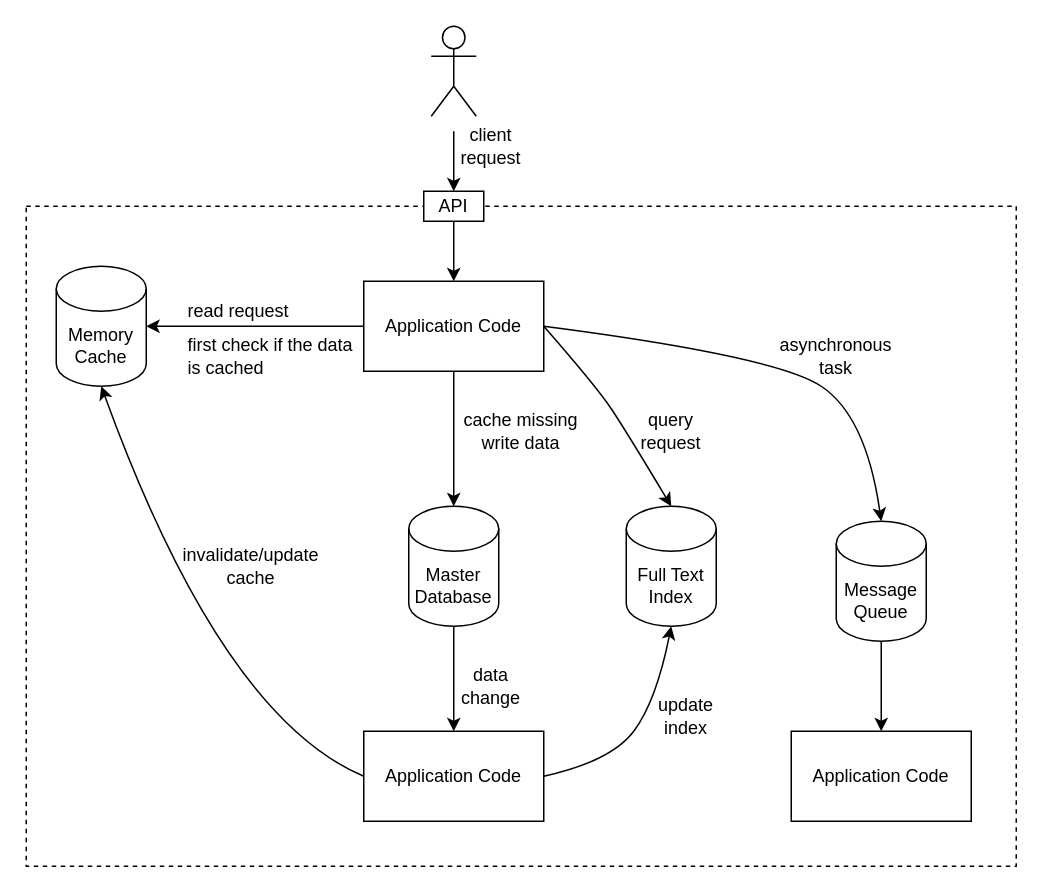
The draw.io diagram page "data_system_arch" (1 of 2) of docs/images/ddia.drawio in yuuyuee/yuuyuee.github.io, before the edit. Source tidied: cells renumbered, new cells numbered last; positions are measured from the earlier drawing's top-left corner, leaving out a move shared by most shapes. Both pictures are drawn from the tidied source at 150%, with x=0, y=0 at pixel (26, 26).
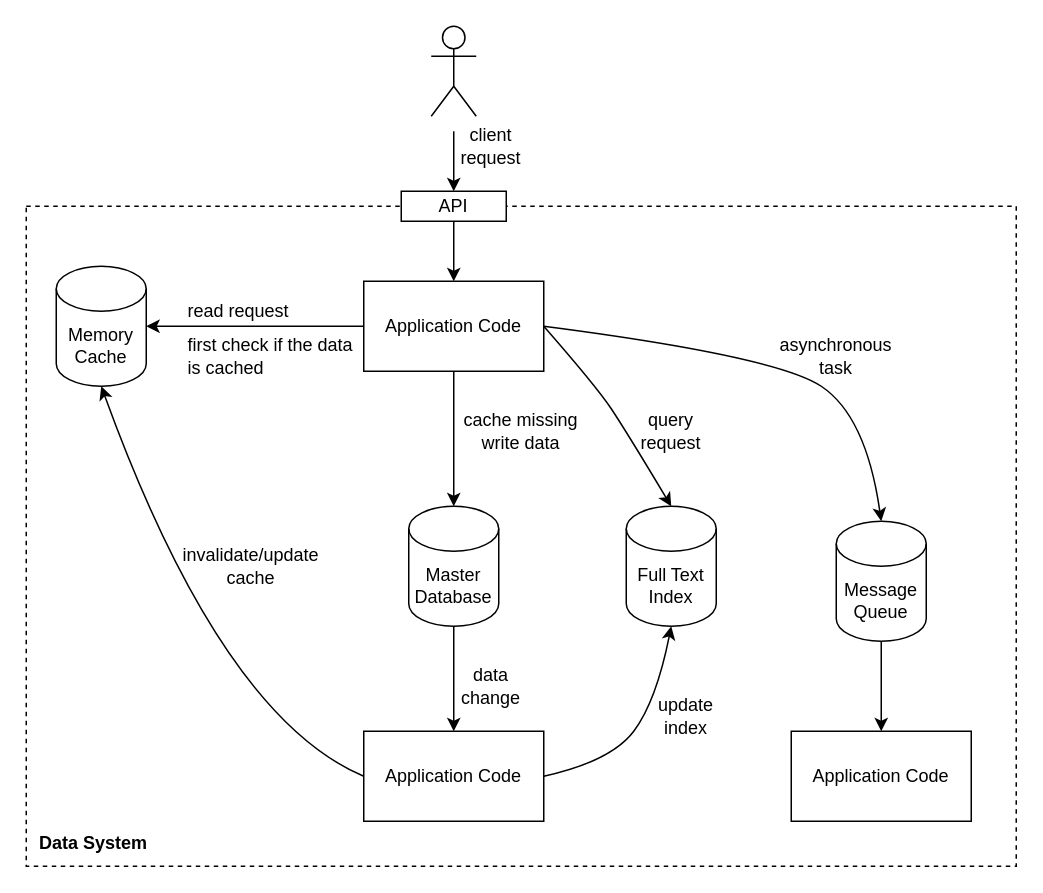
After the change.

The change refers to these unchanged cells:
```xml
<mxCell id="2" style="group;" parent="1" vertex="1">
  <mxGeometry width="660" height="560" as="geometry" />
</mxCell>
```

Diff of the diagram source:
```diff
@@
-    <mxCell id="3" style="rounded=0;whiteSpace=wrap;html=1;align=left;dashed=1;" parent="2" vertex="1">
+    <mxCell id="3" style="rounded=0;whiteSpace=wrap;html=1;align=left;dashed=1;fillColor=none;" parent="2" vertex="1">
       <mxGeometry y="120" width="660" height="440" as="geometry" />
     </mxCell>
@@
     <mxCell id="16" value="API" style="text;html=1;strokeColor=default;fillColor=default;align=center;verticalAlign=middle;whiteSpace=wrap;rounded=0;" parent="2" vertex="1">
-      <mxGeometry x="265" y="110" width="40" height="20" as="geometry" />
+      <mxGeometry x="250" y="110" width="70" height="20" as="geometry" />
     </mxCell>
@@
+    <mxCell id="33" value="Data System" style="text;html=1;strokeColor=none;fillColor=none;align=center;verticalAlign=middle;whiteSpace=wrap;rounded=0;fontStyle=1;" parent="2" vertex="1">
+      <mxGeometry y="530" width="90" height="30" as="geometry" />
+    </mxCell>
```
